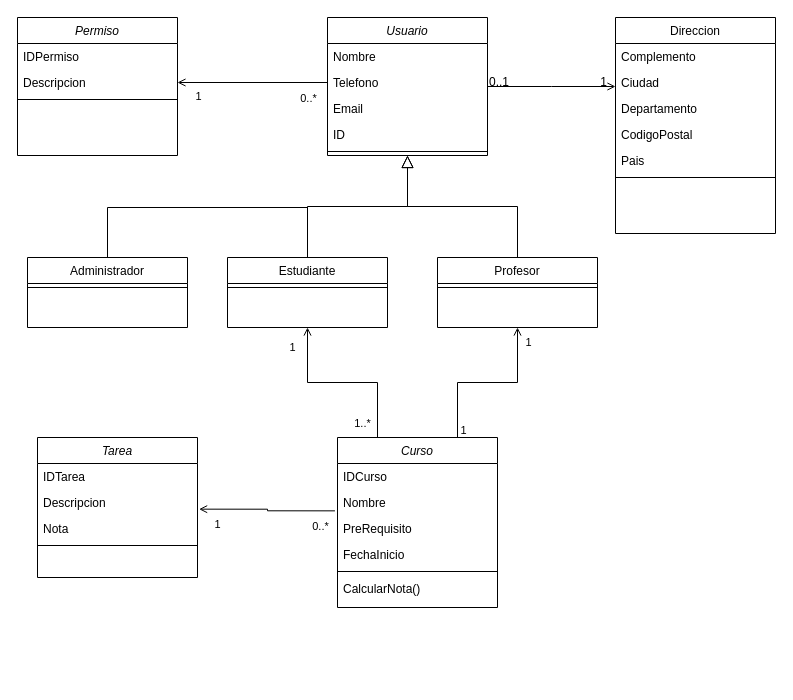
The draw.io diagram Diagramas Clases/Proyecto SO1.drawio in delarocafrankUMG/ProyectoAS1, before the edit. Source tidied: cells renumbered, new cells numbered last; positions are measured from the earlier drawing's top-left corner, leaving out a move shared by most shapes. Both pictures are drawn from the tidied source at 100%, with x=0, y=0 at pixel (17, 17).
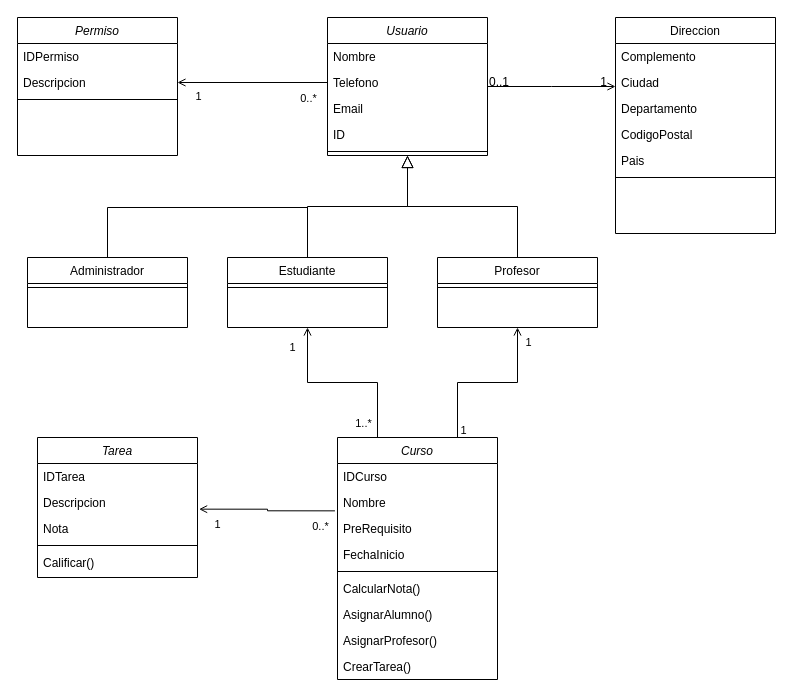
The same diagram, later.

Unchanged cells that the change refers to:
```xml
<mxCell id="40" value="Tarea" style="swimlane;fontStyle=2;align=center;verticalAlign=top;horizontal=1;startSize=26;rounded=0;shadow=0;strokeWidth=1;" parent="1" vertex="1">
  <mxGeometry x="20" y="420" width="160" height="140" as="geometry" />
</mxCell>
```

Change to the diagram source:
```diff
@@
+    <mxCell id="55" value="Calificar()" style="text;align=left;verticalAlign=top;spacingLeft=4;spacingRight=4;overflow=hidden;rounded=0;shadow=0;html=0;" parent="40" vertex="1">
+      <mxGeometry y="112" width="160" height="26" as="geometry" />
+    </mxCell>
@@
     <mxCell id="48" value="Curso" style="swimlane;fontStyle=2;align=center;verticalAlign=top;horizontal=1;startSize=26;rounded=0;shadow=0;strokeWidth=1;" parent="1" vertex="1">
-      <mxGeometry x="320" y="420" width="160" height="170" as="geometry" />
+      <mxGeometry x="320" y="420" width="160" height="242" as="geometry" />
     </mxCell>
@@
+    <mxCell id="56" value="AsignarAlumno()" style="text;align=left;verticalAlign=top;spacingLeft=4;spacingRight=4;overflow=hidden;rounded=0;shadow=0;html=0;" parent="48" vertex="1">
+      <mxGeometry y="164" width="160" height="26" as="geometry" />
+    </mxCell>
+    <mxCell id="57" value="AsignarProfesor()" style="text;align=left;verticalAlign=top;spacingLeft=4;spacingRight=4;overflow=hidden;rounded=0;shadow=0;html=0;" parent="48" vertex="1">
+      <mxGeometry y="190" width="160" height="26" as="geometry" />
+    </mxCell>
+    <mxCell id="58" value="CrearTarea()" style="text;align=left;verticalAlign=top;spacingLeft=4;spacingRight=4;overflow=hidden;rounded=0;shadow=0;html=0;" parent="48" vertex="1">
+      <mxGeometry y="216" width="160" height="26" as="geometry" />
+    </mxCell>
```
